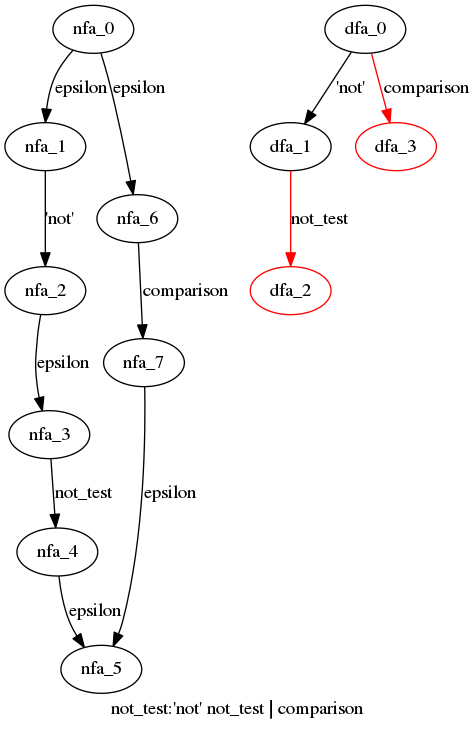
Before: cpython/grammar/handwrite/nfa_dfas/56.not_test.dot.png, a diagram exported from Graphviz (WinChua/blog). Its source is kept beside it as cpython/grammar/handwrite/nfa_dfas/56.not_test.dot. Its diagram source:
```dot
digraph not_test {
 graph[label="not_test:'not' not_test | comparison"]
 subgraph not_test_nfa {
  nfa_0->nfa_1[label="epsilon"]
  nfa_1->nfa_2[label="'not'"]
  nfa_2->nfa_3[label="epsilon"]
  nfa_3->nfa_4[label="not_test"]
  nfa_4->nfa_5[label="epsilon"]
  nfa_0->nfa_6[label="epsilon"]
  nfa_6->nfa_7[label="comparison"]
  nfa_7->nfa_5[label="epsilon"]
  }
 subgraph not_test_dfa {
  dfa_0->dfa_1[label="'not'"]
  dfa_1->dfa_2[label="not_test",color=red]
  dfa_0->dfa_3[label="comparison",color=red]
  dfa_2[color=red]
  dfa_3[color=red]
  }
}
```
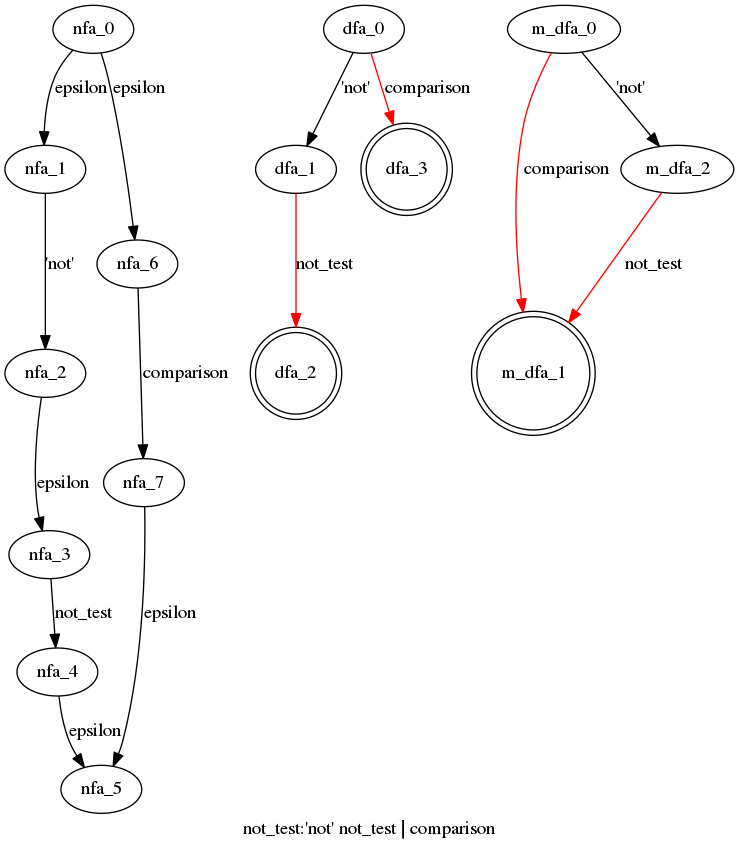
The same diagram one commit later.

The edit, as a diff of the source:
```diff
@@ -14,7 +14,13 @@
   dfa_0->dfa_1[label="'not'"]
   dfa_1->dfa_2[label="not_test",color=red]
   dfa_0->dfa_3[label="comparison",color=red]
-  dfa_2[color=red]
-  dfa_3[color=red]
+  dfa_2[shape=doublecircle]
+  dfa_3[shape=doublecircle]
+  }
+ subgraph not_test_m_dfa {
+  m_dfa_0->m_dfa_1[label="comparison",color=red]
+  m_dfa_0->m_dfa_2[label="'not'"]
+  m_dfa_2->m_dfa_1[label="not_test",color=red]
+  m_dfa_1[shape=doublecircle]
   }
 }
```
